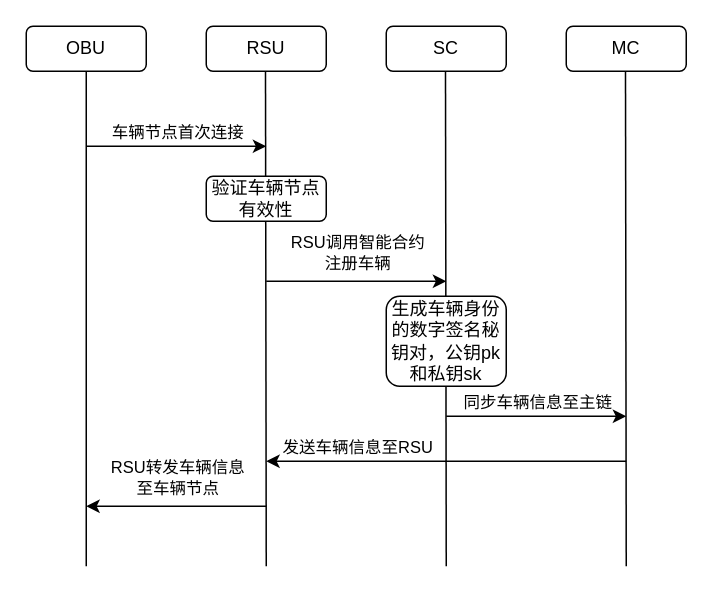
This is 车辆注册流程.drawio from burnandgun/diagrams, a draw.io file, before an edit. Source tidied: cells renumbered, new cells numbered last; positions are measured from the earlier drawing's top-left corner, leaving out a move shared by most shapes. Both pictures are drawn from the tidied source at 150%, with x=0, y=0 at pixel (26, 26).
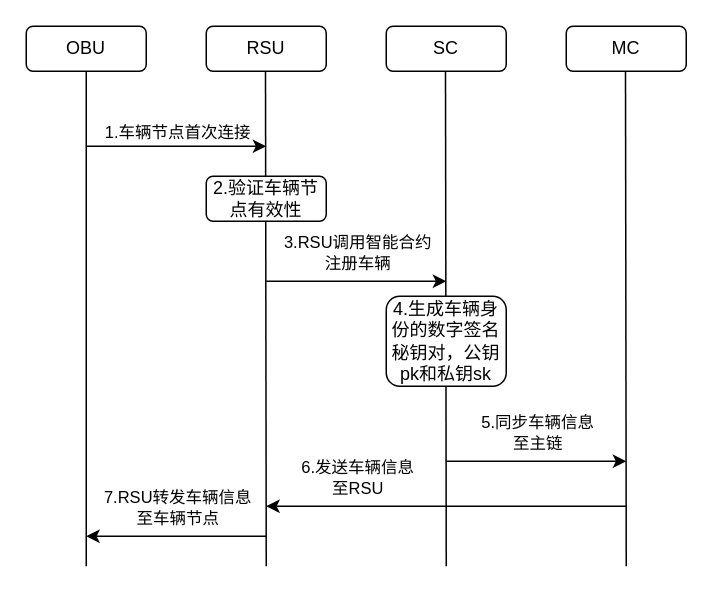
After the change.

Commit message:
更新车辆注册流程.drawio

Unchanged cells that the change refers to:
```xml
<mxCell id="10" style="endArrow=classic;html=1;rounded=0;" parent="1" edge="1">
  <mxGeometry relative="1" as="geometry">
    <mxPoint x="40" y="80" as="sourcePoint" />
    <mxPoint x="160" y="80" as="targetPoint" />
  </mxGeometry>
</mxCell>
<mxCell id="13" style="endArrow=classic;html=1;rounded=0;" parent="1" edge="1">
  <mxGeometry relative="1" as="geometry">
    <mxPoint x="160" y="170" as="sourcePoint" />
    <mxPoint x="280" y="170" as="targetPoint" />
  </mxGeometry>
</mxCell>
```

Diff of the diagram source:
```diff
@@
-    <mxCell id="11" value="车辆节点首次连接" style="edgeLabel;html=1;align=center;verticalAlign=middle;" parent="10" vertex="1">
+    <mxCell id="11" value="1.车辆节点首次连接" style="edgeLabel;html=1;align=center;verticalAlign=middle;" parent="10" vertex="1">
       <mxGeometry x="0.47" y="-1" relative="1" as="geometry">
         <mxPoint x="-28" y="-11" as="offset" />
       </mxGeometry>
     </mxCell>
-    <mxCell id="12" value="验证车辆节点有效性" style="rounded=1;whiteSpace=wrap;html=1;" parent="1" vertex="1">
+    <mxCell id="12" value="2.验证车辆节点有效性" style="rounded=1;whiteSpace=wrap;html=1;" parent="1" vertex="1">
       <mxGeometry x="120" y="100" width="80" height="30" as="geometry" />
     </mxCell>
@@
-    <mxCell id="14" value="RSU调用智能合约&lt;br&gt;注册车辆" style="edgeLabel;html=1;align=center;verticalAlign=middle;" parent="13" vertex="1">
+    <mxCell id="14" value="3.RSU调用智能合约&lt;br&gt;注册车辆" style="edgeLabel;html=1;align=center;verticalAlign=middle;" parent="13" vertex="1">
       <mxGeometry x="0.47" y="-1" relative="1" as="geometry">
         <mxPoint x="-28" y="-21" as="offset" />
       </mxGeometry>
     </mxCell>
-    <mxCell id="15" value="生成车辆身份的数字签名秘钥对，公钥pk和私钥sk" style="rounded=1;whiteSpace=wrap;html=1;" parent="1" vertex="1">
+    <mxCell id="15" value="4.生成车辆身份的数字签名秘钥对，公钥pk和私钥sk" style="rounded=1;whiteSpace=wrap;html=1;" parent="1" vertex="1">
       <mxGeometry x="240" y="180" width="80" height="60" as="geometry" />
     </mxCell>
     <mxCell id="16" style="endArrow=classic;html=1;rounded=0;" parent="1" edge="1">
       <mxGeometry relative="1" as="geometry">
-        <mxPoint x="280" y="260" as="sourcePoint" />
-        <mxPoint x="400" y="260" as="targetPoint" />
+        <mxPoint x="280" y="290" as="sourcePoint" />
+        <mxPoint x="400" y="290" as="targetPoint" />
       </mxGeometry>
     </mxCell>
-    <mxCell id="17" value="同步车辆信息至主链" style="edgeLabel;html=1;align=center;verticalAlign=middle;" parent="16" vertex="1">
+    <mxCell id="17" value="5.同步车辆信息&lt;br&gt;至主链" style="edgeLabel;html=1;align=center;verticalAlign=middle;" parent="16" vertex="1">
       <mxGeometry x="0.47" y="-1" relative="1" as="geometry">
-        <mxPoint x="-28" y="-11" as="offset" />
+        <mxPoint x="-28" y="-21" as="offset" />
       </mxGeometry>
     </mxCell>
     <mxCell id="18" style="endArrow=classic;html=1;rounded=0;" parent="1" edge="1">
       <mxGeometry relative="1" as="geometry">
-        <mxPoint x="400" y="290" as="sourcePoint" />
-        <mxPoint x="160" y="290" as="targetPoint" />
+        <mxPoint x="400" y="320" as="sourcePoint" />
+        <mxPoint x="160" y="320" as="targetPoint" />
       </mxGeometry>
     </mxCell>
-    <mxCell id="19" value="发送车辆信息至RSU" style="edgeLabel;html=1;align=center;verticalAlign=middle;" parent="18" vertex="1">
+    <mxCell id="19" value="6.发送车辆信息&lt;br&gt;至RSU" style="edgeLabel;html=1;align=center;verticalAlign=middle;" parent="18" vertex="1">
       <mxGeometry x="0.47" y="-1" relative="1" as="geometry">
-        <mxPoint x="-4" y="-9" as="offset" />
+        <mxPoint x="-4" y="-19" as="offset" />
       </mxGeometry>
     </mxCell>
     <mxCell id="20" style="endArrow=classic;html=1;rounded=0;" parent="1" edge="1">
       <mxGeometry relative="1" as="geometry">
-        <mxPoint x="160" y="320" as="sourcePoint" />
-        <mxPoint x="40" y="320" as="targetPoint" />
+        <mxPoint x="160" y="340" as="sourcePoint" />
+        <mxPoint x="40" y="340" as="targetPoint" />
       </mxGeometry>
     </mxCell>
-    <mxCell id="21" value="RSU转发车辆信息&lt;br&gt;至车辆节点" style="edgeLabel;html=1;align=center;verticalAlign=middle;" parent="20" vertex="1">
+    <mxCell id="21" value="7.RSU转发车辆信息&lt;br&gt;至车辆节点" style="edgeLabel;html=1;align=center;verticalAlign=middle;" parent="20" vertex="1">
       <mxGeometry x="0.47" y="-1" relative="1" as="geometry">
         <mxPoint x="28" y="-19" as="offset" />
       </mxGeometry>
     </mxCell>
```
